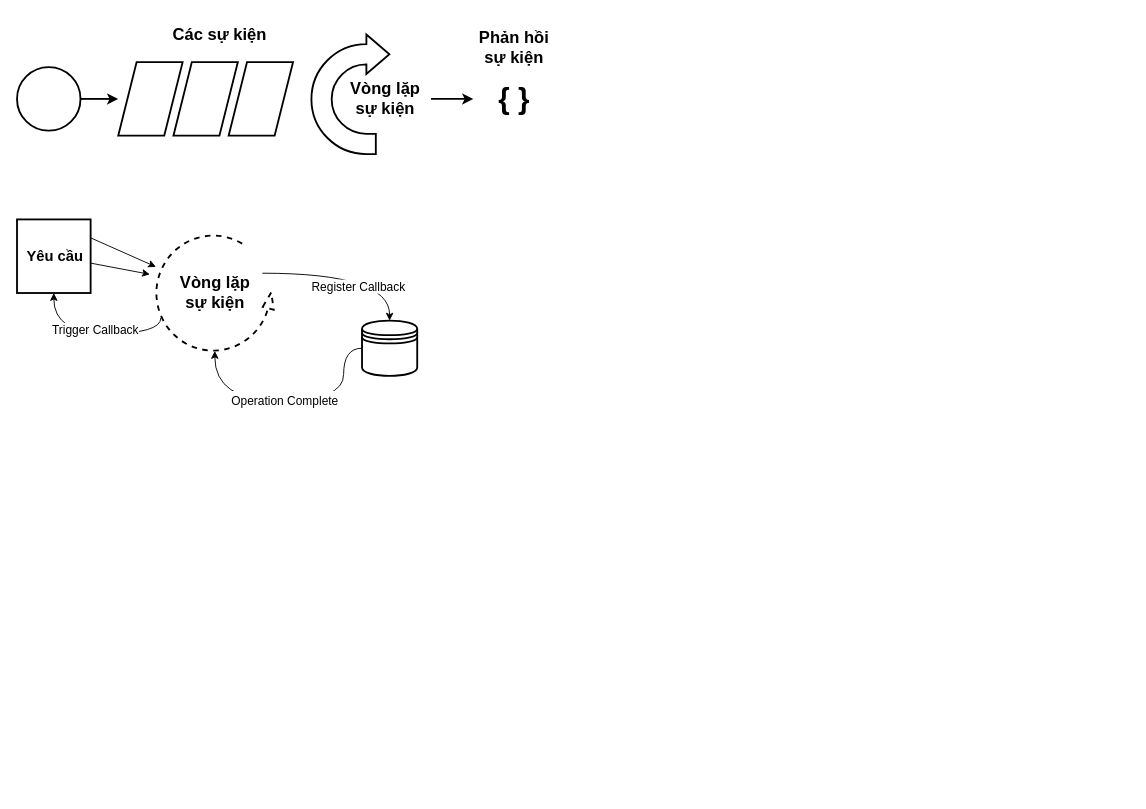
The draw.io diagram thesis/drawio/diagram.drawio in phamhuulocforwork/cn-da21ttb-phamhuuloc-lms-knowhub-nextjs, before the edit. Source tidied: cells renumbered, new cells numbered last; positions are measured from the earlier drawing's top-left corner, leaving out a move shared by most shapes. Both pictures are drawn from the tidied source at 92%, with x=0, y=0 at pixel (17, 16). Pictures stored in the file or linked from it are replaced by grey dashed boxes.
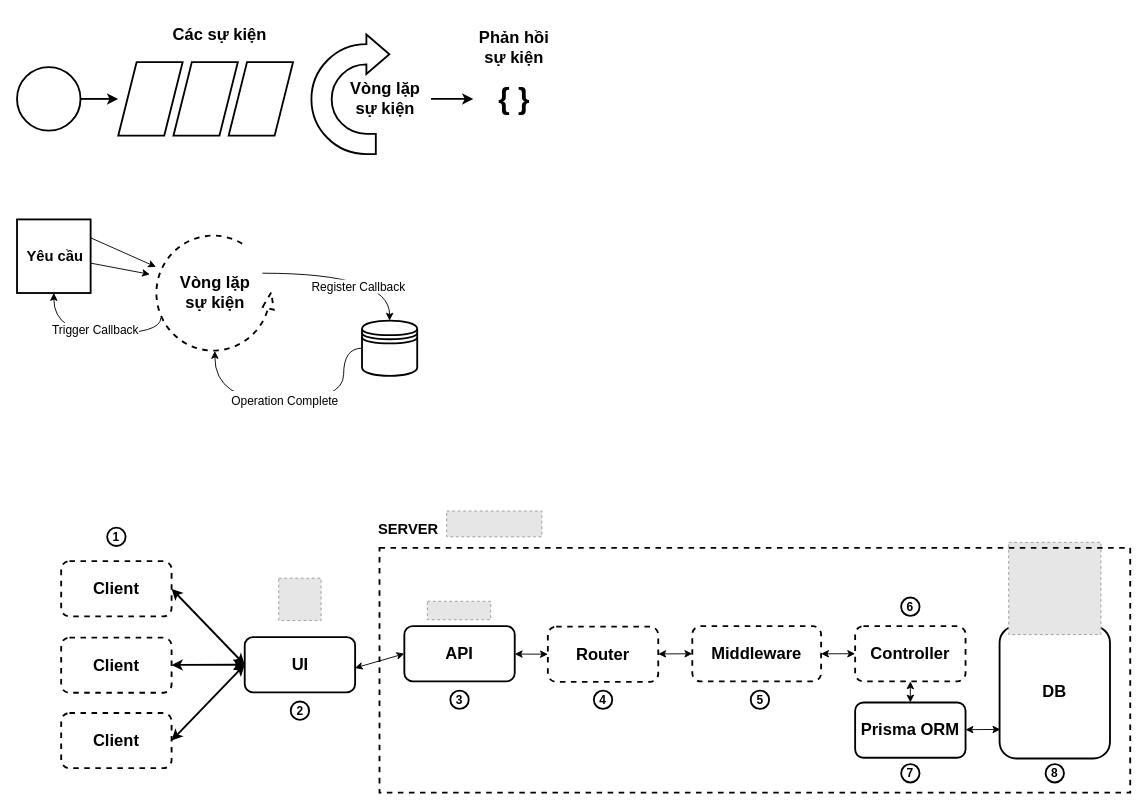
The same diagram, later.

What changed in the source:
```diff
@@
+    <mxCell id="27" style="fillColor=#E6E6E6;strokeColor=#999999;dashed=1;verticalLabelPosition=bottom;labelBackgroundColor=default;verticalAlign=top;" parent="1" vertex="1">
+      <mxGeometry x="284.5" y="611" width="46" height="46" as="geometry" />
+    </mxCell>
+    <mxCell id="28" style="edgeStyle=none;html=1;entryX=0;entryY=0.5;entryDx=0;entryDy=0;fontSize=18;exitX=1;exitY=0.5;exitDx=0;exitDy=0;startArrow=classic;startFill=1;strokeWidth=2;" parent="1" edge="1" source="29" target="31">
+      <mxGeometry relative="1" as="geometry" />
+    </mxCell>
+    <mxCell id="29" value="&lt;b&gt;&lt;font style=&quot;font-size: 18px;&quot;&gt;Client&lt;/font&gt;&lt;/b&gt;" style="rounded=1;whiteSpace=wrap;html=1;dashed=1;strokeWidth=2;" parent="1" vertex="1">
+      <mxGeometry x="48" y="592.5" width="120" height="60" as="geometry" />
+    </mxCell>
+    <mxCell id="30" style="edgeStyle=none;html=1;entryX=0;entryY=0.5;entryDx=0;entryDy=0;startArrow=classic;startFill=1;exitX=0.998;exitY=0.56;exitDx=0;exitDy=0;exitPerimeter=0;" parent="1" edge="1" source="31" target="41">
+      <mxGeometry relative="1" as="geometry" />
+    </mxCell>
+    <mxCell id="31" value="&lt;b&gt;UI&lt;/b&gt;" style="rounded=1;whiteSpace=wrap;html=1;strokeWidth=2;fontSize=18;" parent="1" vertex="1">
+      <mxGeometry x="247.5" y="675" width="120" height="60" as="geometry" />
+    </mxCell>
+    <mxCell id="32" style="edgeStyle=none;html=1;entryX=0;entryY=0.5;entryDx=0;entryDy=0;fontSize=18;startArrow=classic;startFill=1;strokeWidth=2;" parent="1" edge="1" source="33" target="31">
+      <mxGeometry relative="1" as="geometry" />
+    </mxCell>
+    <mxCell id="33" value="&lt;b&gt;&lt;font style=&quot;font-size: 18px;&quot;&gt;Client&lt;/font&gt;&lt;/b&gt;" style="rounded=1;whiteSpace=wrap;html=1;dashed=1;strokeWidth=2;" parent="1" vertex="1">
+      <mxGeometry x="48" y="675.5" width="120" height="60" as="geometry" />
+    </mxCell>
+    <mxCell id="34" style="edgeStyle=none;html=1;entryX=0;entryY=0.5;entryDx=0;entryDy=0;fontSize=18;exitX=1;exitY=0.5;exitDx=0;exitDy=0;startArrow=classic;startFill=1;strokeWidth=2;" parent="1" edge="1" source="35" target="31">
+      <mxGeometry relative="1" as="geometry" />
+    </mxCell>
+    <mxCell id="35" value="&lt;b&gt;&lt;font style=&quot;font-size: 18px;&quot;&gt;Client&lt;/font&gt;&lt;/b&gt;" style="rounded=1;whiteSpace=wrap;html=1;dashed=1;strokeWidth=2;" parent="1" vertex="1">
+      <mxGeometry x="48" y="757.5" width="120" height="60" as="geometry" />
+    </mxCell>
+    <mxCell id="36" value="&lt;span style=&quot;font-size: 13px;&quot;&gt;1&lt;/span&gt;" style="ellipse;whiteSpace=wrap;html=1;strokeWidth=2;fontSize=13;fontStyle=1;" parent="1" vertex="1">
+      <mxGeometry x="98" y="556" width="20" height="20" as="geometry" />
+    </mxCell>
+    <mxCell id="37" value="&lt;span style=&quot;font-size: 13px;&quot;&gt;2&lt;/span&gt;" style="ellipse;whiteSpace=wrap;html=1;strokeWidth=2;fontSize=13;fontStyle=1;" parent="1" vertex="1">
+      <mxGeometry x="297.5" y="745" width="20" height="20" as="geometry" />
+    </mxCell>
+    <mxCell id="38" style="group;" parent="1" vertex="1">
+      <mxGeometry x="383" y="538" width="827" height="306" as="geometry" />
+    </mxCell>
+    <mxCell id="39" value="&lt;b&gt;&lt;font style=&quot;&quot;&gt;&lt;span style=&quot;font-size: 16px;&quot;&gt;SERVER&lt;/span&gt;&lt;br&gt;&lt;/font&gt;&lt;/b&gt;" style="text;html=1;align=center;verticalAlign=middle;strokeColor=none;fillColor=none;" parent="38" vertex="1">
+      <mxGeometry y="3" width="84" height="31" as="geometry" />
+    </mxCell>
+    <mxCell id="40" style="fillColor=#E6E6E6;strokeColor=#999999;dashed=1;verticalLabelPosition=bottom;labelBackgroundColor=default;verticalAlign=top;" parent="38" vertex="1">
+      <mxGeometry x="84" width="103.5" height="28" as="geometry" />
+    </mxCell>
+    <mxCell id="41" value="&lt;b&gt;API&lt;/b&gt;" style="rounded=1;whiteSpace=wrap;html=1;strokeWidth=2;fontSize=18;" parent="38" vertex="1">
+      <mxGeometry x="38" y="125.1" width="120" height="60" as="geometry" />
+    </mxCell>
+    <mxCell id="42" value="&lt;b&gt;&lt;font style=&quot;font-size: 18px;&quot;&gt;Router&lt;/font&gt;&lt;/b&gt;" style="rounded=1;whiteSpace=wrap;html=1;dashed=1;strokeWidth=2;" parent="38" vertex="1">
+      <mxGeometry x="194" y="125.6" width="120" height="60" as="geometry" />
+    </mxCell>
+    <mxCell id="43" style="edgeStyle=none;html=1;entryX=0;entryY=0.5;entryDx=0;entryDy=0;startArrow=classic;startFill=1;" parent="38" edge="1" source="41" target="42">
+      <mxGeometry relative="1" as="geometry" />
+    </mxCell>
+    <mxCell id="44" value="&lt;b&gt;&lt;font style=&quot;font-size: 18px;&quot;&gt;Middleware&lt;/font&gt;&lt;/b&gt;" style="rounded=1;whiteSpace=wrap;html=1;dashed=1;strokeWidth=2;" parent="38" vertex="1">
+      <mxGeometry x="351" y="125.1" width="140" height="60" as="geometry" />
+    </mxCell>
+    <mxCell id="45" style="edgeStyle=none;html=1;entryX=0;entryY=0.5;entryDx=0;entryDy=0;startArrow=classic;startFill=1;" parent="38" edge="1" source="42" target="44">
+      <mxGeometry relative="1" as="geometry" />
+    </mxCell>
+    <mxCell id="46" value="&lt;b&gt;&lt;font style=&quot;font-size: 18px;&quot;&gt;Controller&lt;/font&gt;&lt;/b&gt;" style="rounded=1;whiteSpace=wrap;html=1;dashed=1;strokeWidth=2;" parent="38" vertex="1">
+      <mxGeometry x="528" y="125.1" width="120" height="60" as="geometry" />
+    </mxCell>
+    <mxCell id="47" style="edgeStyle=none;html=1;entryX=0;entryY=0.5;entryDx=0;entryDy=0;startArrow=classic;startFill=1;" parent="38" edge="1" source="44" target="46">
+      <mxGeometry relative="1" as="geometry" />
+    </mxCell>
+    <mxCell id="48" value="&lt;b&gt;DB&lt;/b&gt;" style="rounded=1;whiteSpace=wrap;html=1;strokeWidth=2;fontSize=18;" parent="38" vertex="1">
+      <mxGeometry x="685" y="125.1" width="120" height="143.9" as="geometry" />
+    </mxCell>
+    <mxCell id="49" style="fillColor=#E6E6E6;strokeColor=#999999;dashed=1;verticalLabelPosition=bottom;labelBackgroundColor=default;verticalAlign=top;" parent="38" vertex="1">
+      <mxGeometry x="694.9" y="34" width="100.3" height="100.3" as="geometry" />
+    </mxCell>
+    <mxCell id="50" value="&lt;span style=&quot;font-size: 13px;&quot;&gt;3&lt;/span&gt;" style="ellipse;whiteSpace=wrap;html=1;strokeWidth=2;fontSize=13;fontStyle=1;" parent="38" vertex="1">
+      <mxGeometry x="88" y="195.1" width="20" height="20" as="geometry" />
+    </mxCell>
+    <mxCell id="51" style="fillColor=#E6E6E6;strokeColor=#999999;dashed=1;verticalLabelPosition=bottom;labelBackgroundColor=default;verticalAlign=top;" parent="38" vertex="1">
+      <mxGeometry x="63" y="98.1" width="68.9" height="20" as="geometry" />
+    </mxCell>
+    <mxCell id="52" value="&lt;span style=&quot;font-size: 13px;&quot;&gt;5&lt;/span&gt;" style="ellipse;whiteSpace=wrap;html=1;strokeWidth=2;fontSize=13;fontStyle=1;" parent="38" vertex="1">
+      <mxGeometry x="414.5" y="195.1" width="20" height="20" as="geometry" />
+    </mxCell>
+    <mxCell id="53" value="&lt;span style=&quot;font-size: 13px;&quot;&gt;4&lt;/span&gt;" style="ellipse;whiteSpace=wrap;html=1;strokeWidth=2;fontSize=13;fontStyle=1;" parent="38" vertex="1">
+      <mxGeometry x="244" y="195.1" width="20" height="20" as="geometry" />
+    </mxCell>
+    <mxCell id="54" style="edgeStyle=none;html=1;entryX=0.007;entryY=0.78;entryDx=0;entryDy=0;entryPerimeter=0;startArrow=classic;startFill=1;" parent="38" edge="1" source="55" target="48">
+      <mxGeometry relative="1" as="geometry" />
+    </mxCell>
+    <mxCell id="55" value="&lt;span style=&quot;font-size: 18px;&quot;&gt;&lt;b&gt;Prisma ORM&lt;/b&gt;&lt;/span&gt;" style="rounded=1;whiteSpace=wrap;html=1;strokeWidth=2;" parent="38" vertex="1">
+      <mxGeometry x="528" y="208.1" width="120" height="60" as="geometry" />
+    </mxCell>
+    <mxCell id="56" style="edgeStyle=none;html=1;exitX=0.5;exitY=1;exitDx=0;exitDy=0;entryX=0.5;entryY=0;entryDx=0;entryDy=0;startArrow=classic;startFill=1;" parent="38" edge="1" source="46" target="55">
+      <mxGeometry relative="1" as="geometry" />
+    </mxCell>
+    <mxCell id="57" value="&lt;span style=&quot;font-size: 13px;&quot;&gt;6&lt;/span&gt;" style="ellipse;whiteSpace=wrap;html=1;strokeWidth=2;fontSize=13;fontStyle=1;" parent="38" vertex="1">
+      <mxGeometry x="578" y="94" width="20" height="20" as="geometry" />
+    </mxCell>
+    <mxCell id="58" value="&lt;span style=&quot;font-size: 13px;&quot;&gt;7&lt;/span&gt;" style="ellipse;whiteSpace=wrap;html=1;strokeWidth=2;fontSize=13;fontStyle=1;" parent="38" vertex="1">
+      <mxGeometry x="578" y="275" width="20" height="20" as="geometry" />
+    </mxCell>
+    <mxCell id="59" value="&lt;span style=&quot;font-size: 13px;&quot;&gt;8&lt;/span&gt;" style="ellipse;whiteSpace=wrap;html=1;strokeWidth=2;fontSize=13;fontStyle=1;" parent="38" vertex="1">
+      <mxGeometry x="735" y="275" width="20" height="20" as="geometry" />
+    </mxCell>
+    <mxCell id="60" style="rounded=0;whiteSpace=wrap;html=1;dashed=1;strokeWidth=2;fillColor=none;" parent="38" vertex="1">
+      <mxGeometry x="11" y="40" width="816" height="266" as="geometry" />
+    </mxCell>
```
